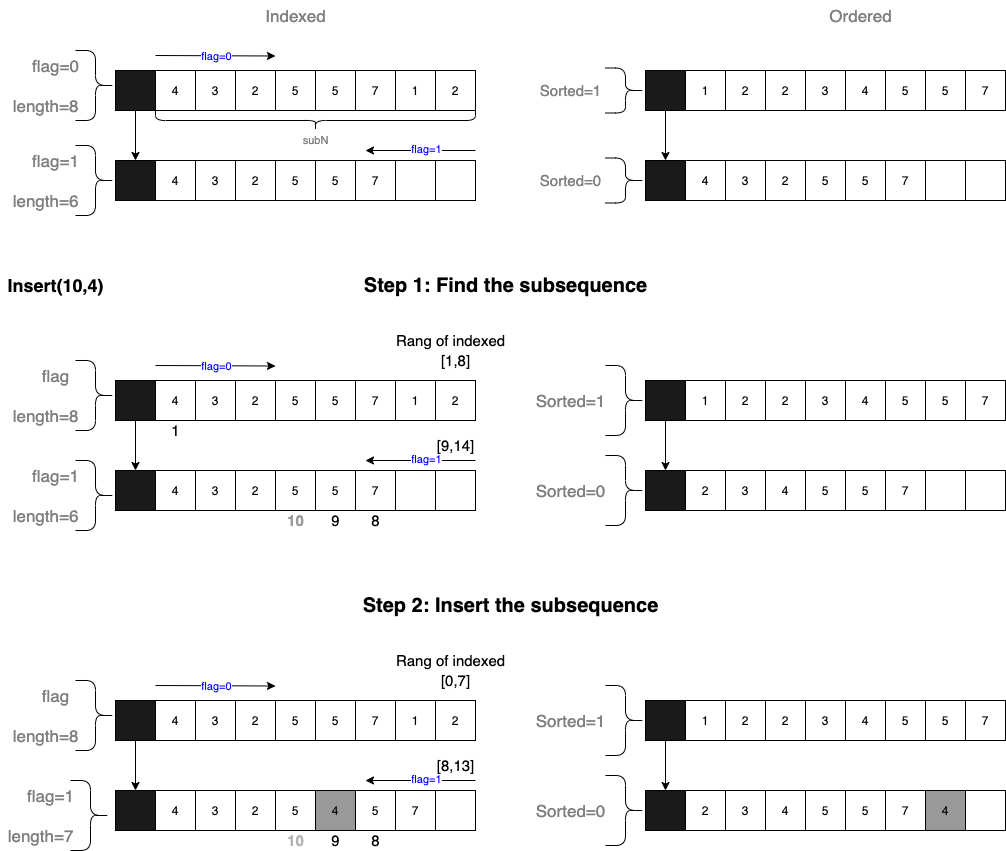
This is img/insert.png from stevengogogo/DSA-KLeastElement, a draw.io export, as it was before one commit. Source tidied: cells renumbered, new cells last; positions are measured from the earlier drawing's top-left corner, leaving out a move shared by most shapes.
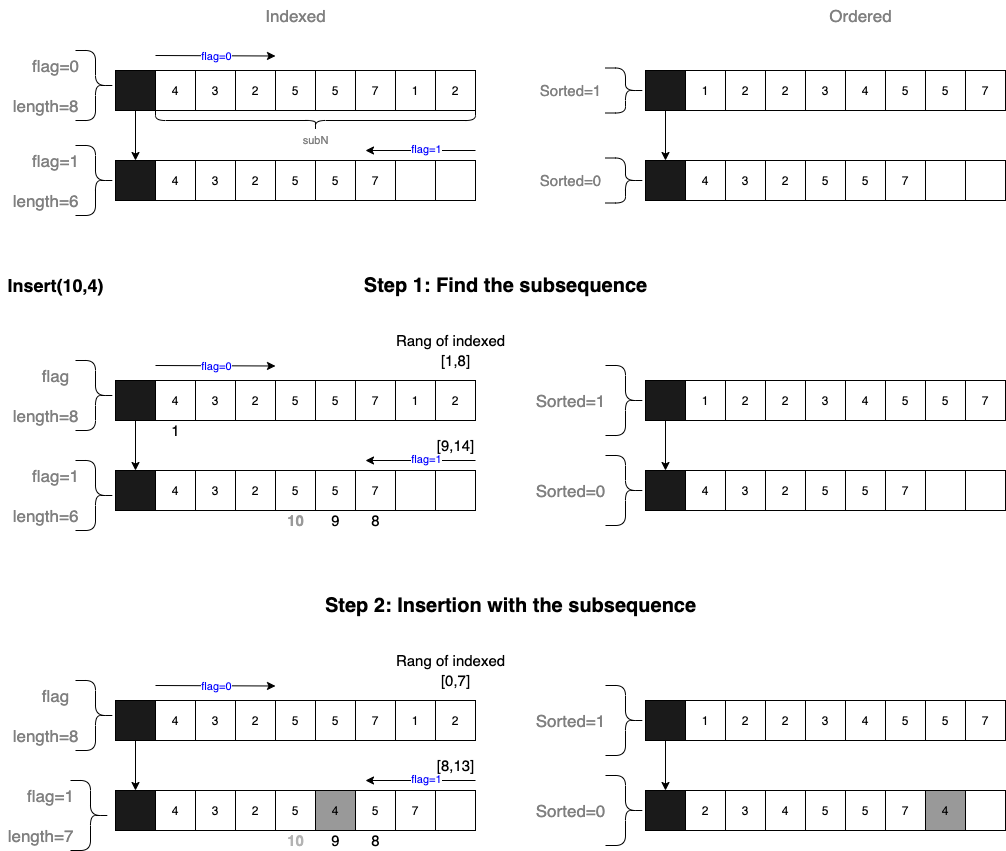
After the change.

The edit, as a diff of the source:
```diff
@@ -268,13 +268,13 @@
     <mxCell id="87" style="whiteSpace=wrap;html=1;" parent="79" vertex="1">
       <mxGeometry x="280" width="40" height="40" as="geometry" />
     </mxCell>
-    <mxCell id="88" value="2" style="whiteSpace=wrap;html=1;" parent="1" vertex="1">
+    <mxCell id="88" value="4" style="whiteSpace=wrap;html=1;" parent="1" vertex="1">
       <mxGeometry x="685" y="510" width="40" height="40" as="geometry" />
     </mxCell>
     <mxCell id="89" value="3" style="whiteSpace=wrap;html=1;" parent="1" vertex="1">
       <mxGeometry x="725" y="510" width="40" height="40" as="geometry" />
     </mxCell>
-    <mxCell id="90" value="4" style="whiteSpace=wrap;html=1;" parent="1" vertex="1">
+    <mxCell id="90" value="2" style="whiteSpace=wrap;html=1;" parent="1" vertex="1">
       <mxGeometry x="765" y="510" width="40" height="40" as="geometry" />
     </mxCell>
     <mxCell id="91" value="5" style="whiteSpace=wrap;html=1;" parent="1" vertex="1">
@@ -375,8 +375,8 @@
     <mxCell id="120" value="Step 1: Find the subsequence" style="text;html=1;align=center;verticalAlign=middle;strokeColor=none;fontSize=20;fontStyle=1;" parent="1" vertex="1">
       <mxGeometry x="355" y="310" width="300" height="30" as="geometry" />
     </mxCell>
-    <mxCell id="121" value="Step 2: Insert the subsequence" style="text;html=1;align=center;verticalAlign=middle;strokeColor=none;fontSize=20;fontStyle=1;" parent="1" vertex="1">
-      <mxGeometry x="355" y="630" width="310" height="30" as="geometry" />
+    <mxCell id="121" value="Step 2: Insertion with the subsequence" style="text;html=1;align=center;verticalAlign=middle;strokeColor=none;fontSize=20;fontStyle=1;" parent="1" vertex="1">
+      <mxGeometry x="315" y="630" width="390" height="30" as="geometry" />
     </mxCell>
     <mxCell id="122" value="G" style="group;" parent="1" vertex="1">
       <mxGeometry x="155" y="740" width="320" height="40" as="geometry" />
```
